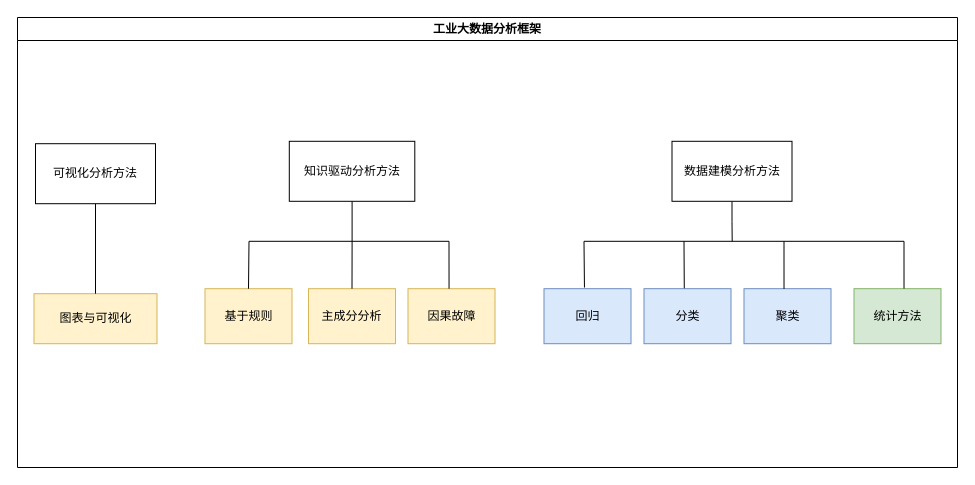
Above: images/未命名绘图.drawio.xml in jkjam7/techniques (draw.io), before the change. Source tidied: cells renumbered, new cells numbered last; positions are measured from the earlier drawing's top-left corner, leaving out a move shared by most shapes. Both pictures are drawn from the tidied source at 100%, with x=0, y=0 at pixel (17, 17).
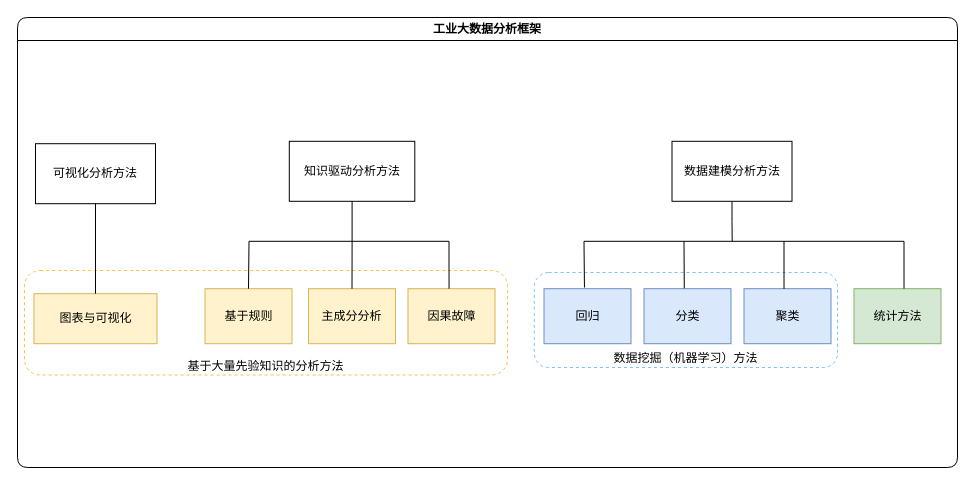
The same page after the edit.

Commit message:
更新未命名绘图.drawio.xml

What changed in the source:
```diff
@@
-    <mxCell id="2" value="工业大数据分析框架" style="swimlane;whiteSpace=wrap;html=1;" parent="1" vertex="1">
+    <mxCell id="2" value="工业大数据分析框架" style="swimlane;whiteSpace=wrap;html=1;swimlaneLine=1;rounded=1;" parent="1" vertex="1">
       <mxGeometry width="940" height="450" as="geometry" />
     </mxCell>
+    <mxCell id="25" value="基于大量先验知识的分析方法" style="rounded=1;whiteSpace=wrap;html=1;strokeColor=#FFBF40;dashed=1;verticalAlign=bottom;" parent="2" vertex="1">
+      <mxGeometry x="7" y="253" width="483" height="104.5" as="geometry" />
+    </mxCell>
+    <mxCell id="26" value="数据挖掘（机器学习）方法" style="rounded=1;whiteSpace=wrap;html=1;verticalAlign=bottom;dashed=1;strokeColor=#78C4FF;" parent="2" vertex="1">
+      <mxGeometry x="516.8" y="255" width="303.2" height="95" as="geometry" />
+    </mxCell>
```
